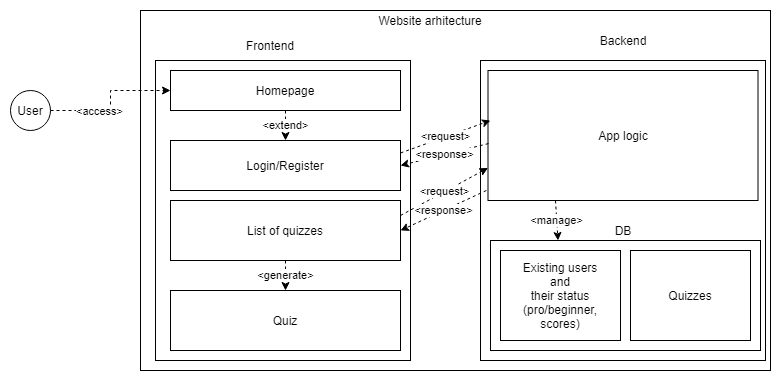
This is HW5/Arhitectural diagram.png from PalalaeStefan301/Cloud-Computing-HomeWorks, a draw.io export, as it was before one commit. Source tidied: cells renumbered, new cells last; positions are measured from the earlier drawing's top-left corner, leaving out a move shared by most shapes.
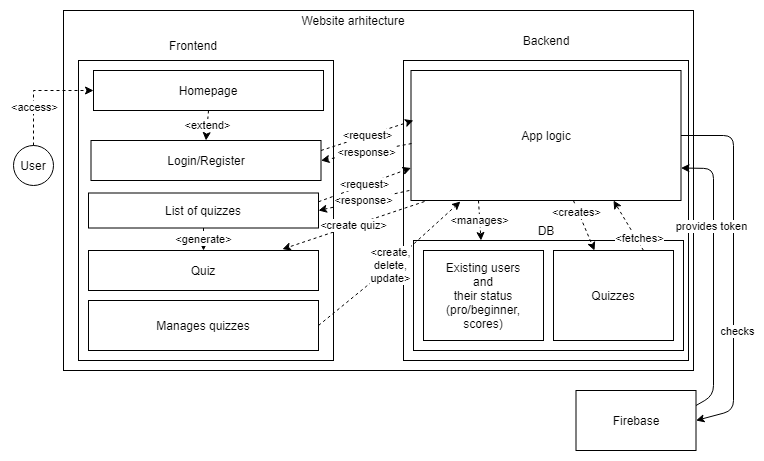
Above is the later version.

Change to the diagram source:
```diff
@@ -6,7 +6,7 @@
       <mxGeometry x="130" width="630" height="360" as="geometry" />
     </mxCell>
     <mxCell id="3" value="User" style="ellipse;whiteSpace=wrap;html=1;" parent="1" vertex="1">
-      <mxGeometry y="80" width="40" height="40" as="geometry" />
+      <mxGeometry x="80" y="135" width="40" height="40" as="geometry" />
     </mxCell>
     <mxCell id="4" value="Website arhitecture" style="text;html=1;strokeColor=none;fillColor=none;align=center;verticalAlign=middle;whiteSpace=wrap;rounded=0;" parent="1" vertex="1">
       <mxGeometry x="360" width="120" height="20" as="geometry" />
@@ -26,8 +26,12 @@
     <mxCell id="9" value="Backend" style="text;html=1;strokeColor=none;fillColor=none;align=center;verticalAlign=middle;whiteSpace=wrap;rounded=0;" parent="1" vertex="1">
       <mxGeometry x="582.5" y="20" width="60" height="20" as="geometry" />
     </mxCell>
-    <mxCell id="10" style="edgeStyle=orthogonalEdgeStyle;rounded=0;jettySize=auto;html=1;exitX=1;exitY=0.5;exitDx=0;exitDy=0;entryX=0;entryY=0.5;entryDx=0;entryDy=0;dashed=1;" parent="1" edge="1" source="3" target="7">
-      <mxGeometry relative="1" as="geometry" />
+    <mxCell id="10" style="edgeStyle=orthogonalEdgeStyle;rounded=0;jettySize=auto;html=1;exitX=0.5;exitY=0;exitDx=0;exitDy=0;entryX=0;entryY=0.5;entryDx=0;entryDy=0;dashed=1;" parent="1" edge="1" source="3" target="7">
+      <mxGeometry relative="1" as="geometry">
+        <Array as="points">
+          <mxPoint x="100" y="80" />
+        </Array>
+      </mxGeometry>
     </mxCell>
     <mxCell id="11" value="&amp;lt;access&amp;gt;" style="edgeLabel;html=1;align=center;verticalAlign=middle;" parent="10" vertex="1">
       <mxGeometry x="-0.32" relative="1" as="geometry" />
@@ -45,15 +49,15 @@
       <mxGeometry x="620" y="240" width="120" height="90" as="geometry" />
     </mxCell>
     <mxCell id="16" value="List of quizzes" style="rounded=0;whiteSpace=wrap;html=1;" parent="1" vertex="1">
-      <mxGeometry x="160" y="190" width="230" height="60" as="geometry" />
+      <mxGeometry x="155" y="182.5" width="230" height="35" as="geometry" />
     </mxCell>
     <mxCell id="17" value="Quiz" style="rounded=0;whiteSpace=wrap;html=1;" parent="1" vertex="1">
-      <mxGeometry x="160" y="280" width="230" height="60" as="geometry" />
+      <mxGeometry x="155" y="240" width="230" height="40" as="geometry" />
     </mxCell>
     <mxCell id="18" value="App logic" style="rounded=0;whiteSpace=wrap;html=1;" parent="1" vertex="1">
       <mxGeometry x="477.5" y="60" width="270" height="130" as="geometry" />
     </mxCell>
-    <mxCell id="19" value="&amp;lt;manage&amp;gt;" style="endArrow=classic;html=1;dashed=1;entryX=0.25;entryY=0;entryDx=0;entryDy=0;exitX=0.25;exitY=1;exitDx=0;exitDy=0;" parent="1" edge="1" source="18" target="12">
+    <mxCell id="19" value="&amp;lt;manages&amp;gt;" style="endArrow=classic;html=1;dashed=1;entryX=0.25;entryY=0;entryDx=0;entryDy=0;exitX=0.25;exitY=1;exitDx=0;exitDy=0;" parent="1" edge="1" source="18" target="12">
       <mxGeometry relative="1" as="geometry" />
     </mxCell>
     <mxCell id="20" value="&amp;lt;generate&amp;gt;" style="endArrow=classic;html=1;dashed=1;entryX=0.5;entryY=0;entryDx=0;entryDy=0;exitX=0.5;exitY=1;exitDx=0;exitDy=0;" parent="1" edge="1" source="16" target="17">
@@ -66,7 +70,7 @@
       <mxGeometry relative="1" as="geometry" />
     </mxCell>
     <mxCell id="23" value="Login/Register" style="rounded=0;whiteSpace=wrap;html=1;" parent="1" vertex="1">
-      <mxGeometry x="160" y="130" width="230" height="50" as="geometry" />
+      <mxGeometry x="157.5" y="130" width="230" height="40" as="geometry" />
     </mxCell>
     <mxCell id="24" value="&amp;lt;extend&amp;gt;" style="endArrow=classic;html=1;dashed=1;entryX=0.5;entryY=0;entryDx=0;entryDy=0;exitX=0.5;exitY=1;exitDx=0;exitDy=0;" parent="1" edge="1" source="7" target="23">
       <mxGeometry relative="1" as="geometry" />
@@ -77,5 +81,55 @@
     <mxCell id="26" value="&amp;lt;response&amp;gt;" style="endArrow=classic;html=1;dashed=1;entryX=1;entryY=0.5;entryDx=0;entryDy=0;exitX=-0.006;exitY=0.923;exitDx=0;exitDy=0;exitPerimeter=0;" parent="1" edge="1" source="18" target="16">
       <mxGeometry relative="1" as="geometry" />
     </mxCell>
+    <mxCell id="27" value="Firebase" style="rounded=0;whiteSpace=wrap;html=1;" parent="1" vertex="1">
+      <mxGeometry x="642.5" y="380" width="120" height="60" as="geometry" />
+    </mxCell>
+    <mxCell id="28" style="endArrow=classic;html=1;exitX=1;exitY=0.5;exitDx=0;exitDy=0;entryX=1;entryY=0.5;entryDx=0;entryDy=0;" parent="1" edge="1" source="18" target="27">
+      <mxGeometry relative="1" as="geometry">
+        <Array as="points">
+          <mxPoint x="800" y="125" />
+          <mxPoint x="800" y="400" />
+        </Array>
+      </mxGeometry>
+    </mxCell>
+    <mxCell id="29" value="checks" style="edgeLabel;html=1;align=center;verticalAlign=middle;" parent="28" vertex="1">
+      <mxGeometry x="0.36" y="3" relative="1" as="geometry" />
+    </mxCell>
+    <mxCell id="30" style="endArrow=classic;html=1;exitX=1;exitY=0.25;exitDx=0;exitDy=0;entryX=1;entryY=0.75;entryDx=0;entryDy=0;" parent="1" edge="1" source="27" target="18">
+      <mxGeometry relative="1" as="geometry">
+        <Array as="points">
+          <mxPoint x="780" y="385" />
+          <mxPoint x="780" y="158" />
+        </Array>
+      </mxGeometry>
+    </mxCell>
+    <mxCell id="31" value="provides token" style="edgeLabel;html=1;align=center;verticalAlign=middle;" parent="30" vertex="1">
+      <mxGeometry x="0.36" y="3" relative="1" as="geometry" />
+    </mxCell>
+    <mxCell id="32" style="endArrow=classic;html=1;dashed=1;exitX=0.75;exitY=0;exitDx=0;exitDy=0;entryX=0.75;entryY=1;entryDx=0;entryDy=0;" parent="1" edge="1" source="15" target="18">
+      <mxGeometry relative="1" as="geometry" />
+    </mxCell>
+    <mxCell id="33" value="&amp;lt;fetches&amp;gt;" style="edgeLabel;html=1;align=center;verticalAlign=middle;" parent="32" vertex="1">
+      <mxGeometry x="-0.56" y="-2" relative="1" as="geometry" />
+    </mxCell>
+    <mxCell id="34" style="endArrow=classic;html=1;dashed=1;" parent="1" edge="1" source="18" target="15">
+      <mxGeometry relative="1" as="geometry" />
+    </mxCell>
+    <mxCell id="35" value="&amp;lt;creates&amp;gt;" style="edgeLabel;html=1;align=center;verticalAlign=middle;" parent="34" vertex="1">
+      <mxGeometry x="-0.56" y="-2" relative="1" as="geometry" />
+    </mxCell>
+    <mxCell id="36" value="&amp;lt;create quiz&amp;gt;" style="endArrow=classic;html=1;dashed=1;entryX=0.843;entryY=-0.033;entryDx=0;entryDy=0;entryPerimeter=0;exitX=0.05;exitY=1.008;exitDx=0;exitDy=0;exitPerimeter=0;" parent="1" edge="1" source="18" target="17">
+      <mxGeometry relative="1" as="geometry" />
+    </mxCell>
+    <mxCell id="37" value="Manages quizzes" style="rounded=0;whiteSpace=wrap;html=1;" parent="1" vertex="1">
+      <mxGeometry x="155" y="290" width="230" height="50" as="geometry" />
+    </mxCell>
+    <mxCell id="38" value="&amp;lt;create,&lt;br&gt;delete,&lt;br&gt;update&amp;gt;" style="endArrow=classic;html=1;dashed=1;entryX=0.183;entryY=1.008;entryDx=0;entryDy=0;exitX=1;exitY=0.5;exitDx=0;exitDy=0;entryPerimeter=0;" parent="1" edge="1" source="37" target="18">
+      <mxGeometry relative="1" as="geometry">
+        <Array as="points">
+          <mxPoint x="440" y="270" />
+        </Array>
+      </mxGeometry>
+    </mxCell>
   </root>
 </mxGraphModel>
```
